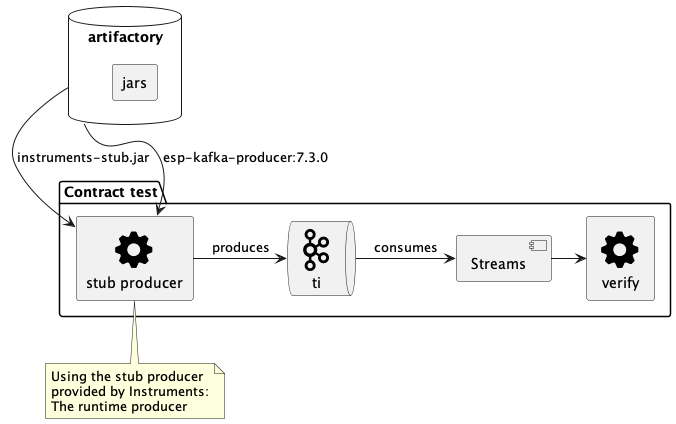
This is images/src/main/plantuml/consumer-contract-test.png from vspiliop/kafka-contract-test-producer, a PlantUML export, as it was before one commit.
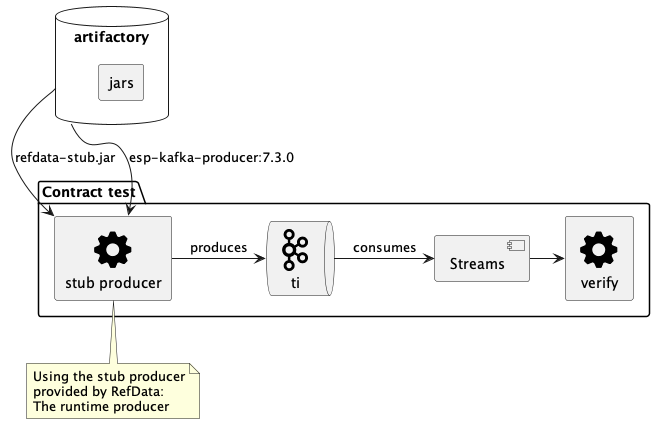
After the change.

Change to the diagram source:
```diff
@@ -10,7 +10,7 @@
 
 note bottom of tp
   Using the stub producer
-  provided by Instruments:
+  provided by RefData:
   The runtime producer
 end note
 
@@ -18,7 +18,7 @@
  rectangle jars
 }
 
-ar -> tp: instruments-stub.jar
+ar -> tp: refdata-stub.jar
 ar --> tp: esp-kafka-producer:7.3.0
 
 tp -right-> ti: produces
```
